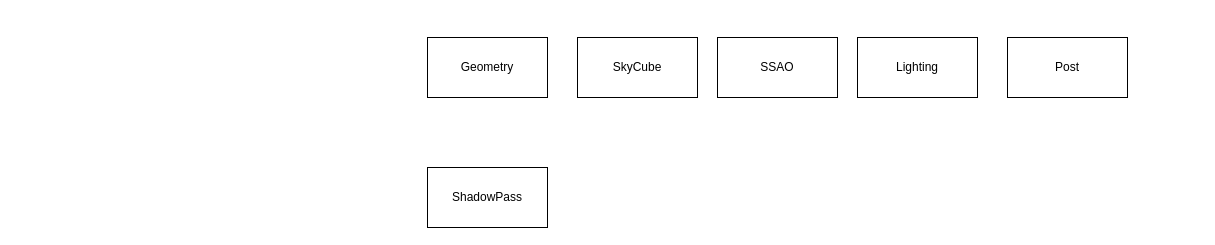
This is pass.drawio from yufeiran/miniVulkanRenderer2, a draw.io file, before an edit. Source tidied: cells renumbered, new cells numbered last; positions are measured from the earlier drawing's top-left corner, leaving out a move shared by most shapes. Both pictures are drawn from the tidied source at 100%, with x=0, y=0 at pixel (427, 37).
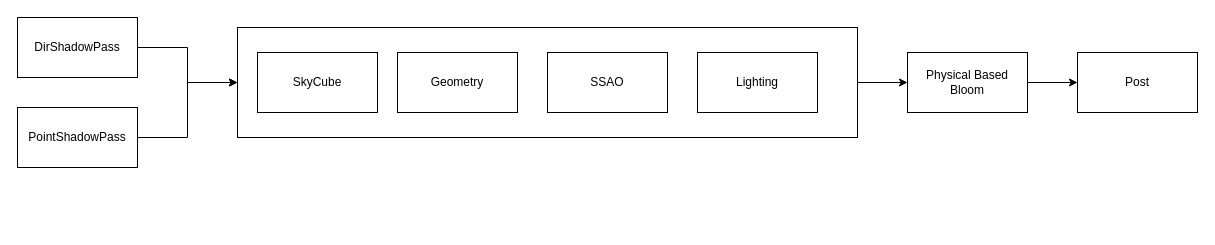
After the change.

Commit message (it also covers changes not shown here):
update overall process chart

What changed in the source:
```diff
@@
 <mxGraphModel>
   <root>
     <mxCell id="0" />
     <mxCell id="1" parent="0" />
+    <mxCell id="8" style="edgeStyle=orthogonalEdgeStyle;rounded=0;jettySize=auto;html=1;exitX=1;exitY=0.5;exitDx=0;exitDy=0;entryX=0;entryY=0.5;entryDx=0;entryDy=0;" parent="1" edge="1" source="5" target="10">
+      <mxGeometry relative="1" as="geometry" />
+    </mxCell>
+    <mxCell id="5" value="DirShadowPass" style="rounded=0;whiteSpace=wrap;html=1;" parent="1" vertex="1">
+      <mxGeometry x="-410" y="-20" width="120" height="60" as="geometry" />
+    </mxCell>
+    <mxCell id="7" value="Post" style="rounded=0;whiteSpace=wrap;html=1;" parent="1" vertex="1">
+      <mxGeometry x="650" y="15" width="120" height="60" as="geometry" />
+    </mxCell>
+    <mxCell id="9" style="group;" parent="1" vertex="1">
+      <mxGeometry x="-190" y="-10" width="620" height="110" as="geometry" />
+    </mxCell>
+    <mxCell id="10" style="rounded=0;whiteSpace=wrap;html=1;" parent="9" vertex="1">
+      <mxGeometry width="620" height="110" as="geometry" />
+    </mxCell>
-    <mxCell id="2" value="Geometry" style="rounded=0;whiteSpace=wrap;html=1;" parent="1" vertex="1">
-      <mxGeometry width="120" height="60" as="geometry" />
+    <mxCell id="2" value="Geometry" style="rounded=0;whiteSpace=wrap;html=1;" parent="9" vertex="1">
+      <mxGeometry x="160" y="25" width="120" height="60" as="geometry" />
     </mxCell>
-    <mxCell id="3" value="SkyCube" style="rounded=0;whiteSpace=wrap;html=1;" parent="1" vertex="1">
-      <mxGeometry x="150" width="120" height="60" as="geometry" />
+    <mxCell id="3" value="SkyCube" style="rounded=0;whiteSpace=wrap;html=1;" parent="9" vertex="1">
+      <mxGeometry x="20" y="25" width="120" height="60" as="geometry" />
     </mxCell>
-    <mxCell id="4" value="Lighting" style="rounded=0;whiteSpace=wrap;html=1;" parent="1" vertex="1">
-      <mxGeometry x="430" width="120" height="60" as="geometry" />
+    <mxCell id="4" value="Lighting" style="rounded=0;whiteSpace=wrap;html=1;" parent="9" vertex="1">
+      <mxGeometry x="460" y="25" width="120" height="60" as="geometry" />
     </mxCell>
-    <mxCell id="5" value="ShadowPass" style="rounded=0;whiteSpace=wrap;html=1;" parent="1" vertex="1">
-      <mxGeometry y="130" width="120" height="60" as="geometry" />
-    </mxCell>
-    <mxCell id="6" value="SSAO" style="rounded=0;whiteSpace=wrap;html=1;" parent="1" vertex="1">
-      <mxGeometry x="290" width="120" height="60" as="geometry" />
+    <mxCell id="6" value="SSAO" style="rounded=0;whiteSpace=wrap;html=1;" parent="9" vertex="1">
+      <mxGeometry x="310" y="25" width="120" height="60" as="geometry" />
     </mxCell>
-    <mxCell id="7" value="Post" style="rounded=0;whiteSpace=wrap;html=1;" parent="1" vertex="1">
-      <mxGeometry x="580" width="120" height="60" as="geometry" />
-    </mxCell>
+    <mxCell id="11" style="edgeStyle=orthogonalEdgeStyle;rounded=0;jettySize=auto;html=1;exitX=1;exitY=0.5;exitDx=0;exitDy=0;entryX=0;entryY=0.5;entryDx=0;entryDy=0;" parent="1" edge="1" source="12" target="10">
+      <mxGeometry relative="1" as="geometry" />
+    </mxCell>
+    <mxCell id="12" value="PointShadowPass" style="rounded=0;whiteSpace=wrap;html=1;" parent="1" vertex="1">
+      <mxGeometry x="-410" y="70" width="120" height="60" as="geometry" />
+    </mxCell>
+    <mxCell id="13" style="edgeStyle=orthogonalEdgeStyle;rounded=0;jettySize=auto;html=1;exitX=1;exitY=0.5;exitDx=0;exitDy=0;entryX=0;entryY=0.5;entryDx=0;entryDy=0;" parent="1" edge="1" source="14" target="7">
+      <mxGeometry relative="1" as="geometry" />
+    </mxCell>
+    <mxCell id="14" value="Physical Based Bloom" style="rounded=0;whiteSpace=wrap;html=1;" parent="1" vertex="1">
+      <mxGeometry x="480" y="15" width="120" height="60" as="geometry" />
+    </mxCell>
+    <mxCell id="15" style="edgeStyle=orthogonalEdgeStyle;rounded=0;jettySize=auto;html=1;exitX=1;exitY=0.5;exitDx=0;exitDy=0;" parent="1" edge="1" source="10" target="14">
+      <mxGeometry relative="1" as="geometry" />
+    </mxCell>
   </root>
 </mxGraphModel>
```
